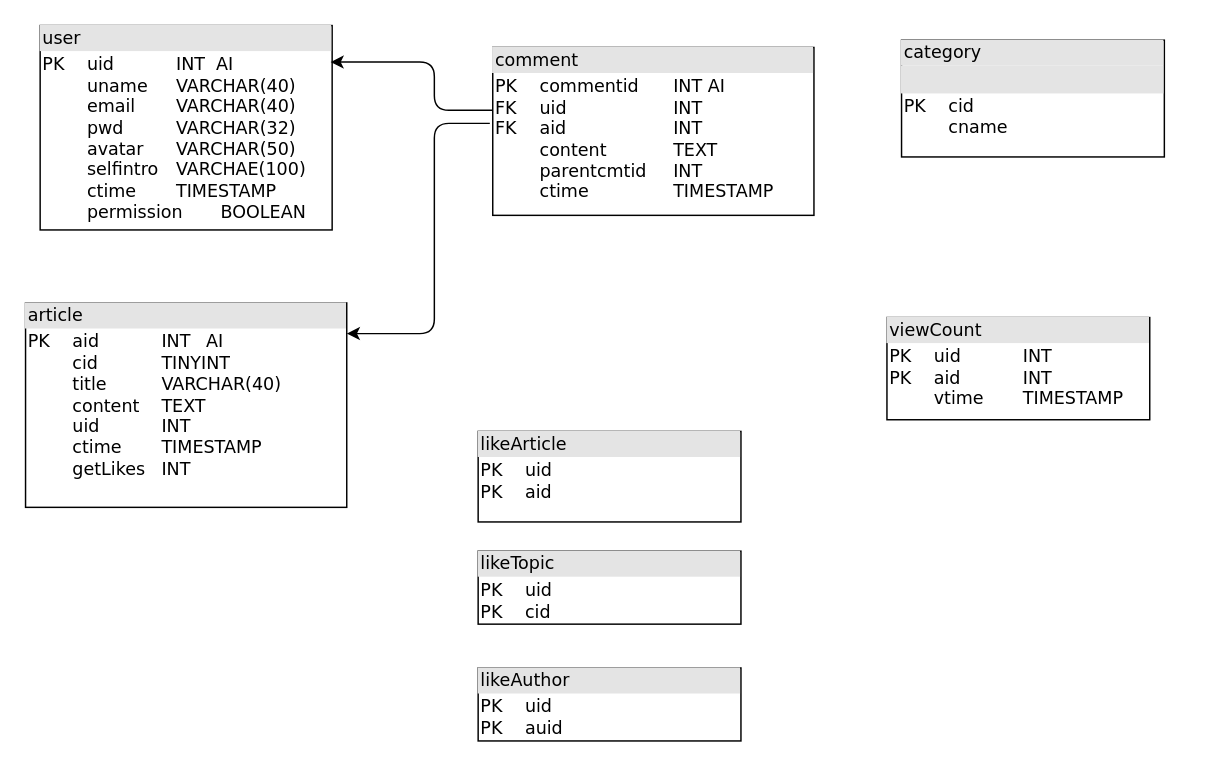
Earlier version of the draw.io diagram SA/資料庫規劃.drawio (fluyrfy/NoteBlog). Source tidied: cells renumbered, new cells numbered last; positions are measured from the earlier drawing's top-left corner, leaving out a move shared by most shapes. Both pictures are drawn from the tidied source at 146%, with x=0, y=0 at pixel (25, 25).
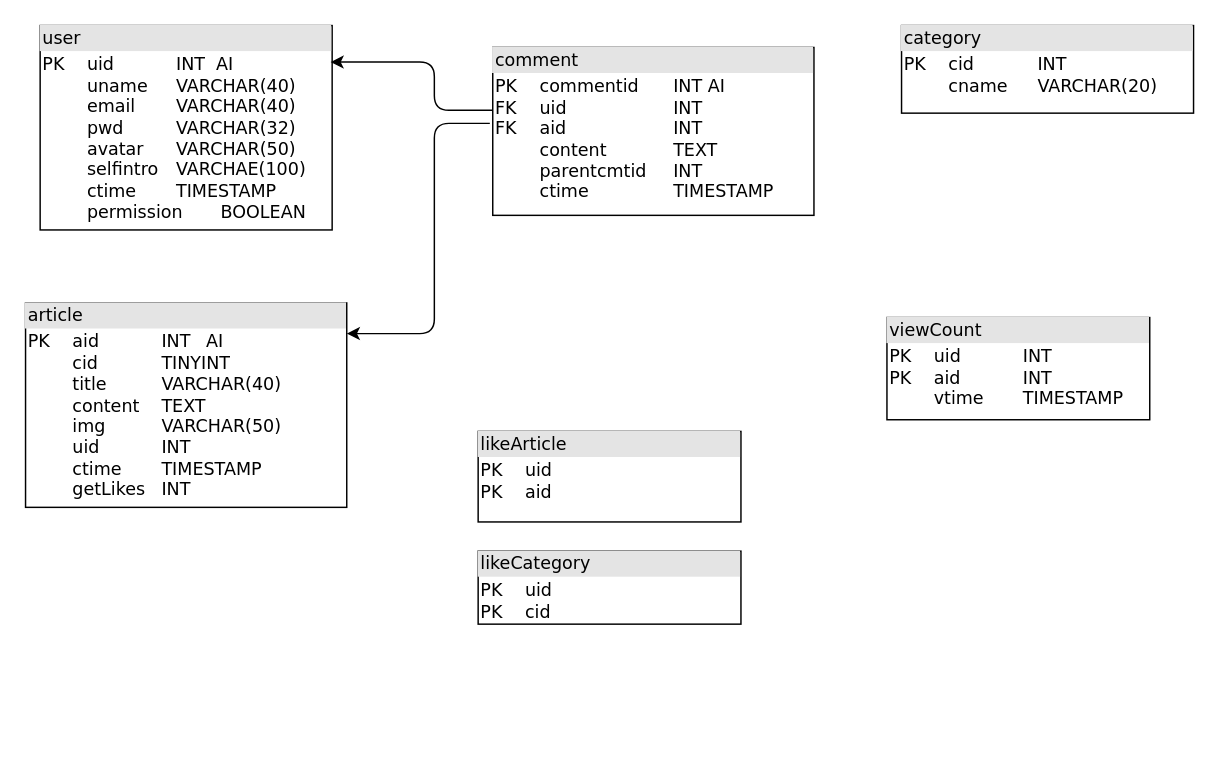
Above is the later version.

Diff of the diagram source:
```diff
@@
 <mxGraphModel>
   <root>
     <mxCell id="0" />
     <mxCell id="1" parent="0" />
-    <mxCell id="2" value="&lt;div style=&quot;box-sizing: border-box ; width: 100% ; background: #e4e4e4 ; padding: 2px&quot;&gt;article&lt;/div&gt;&lt;table style=&quot;width: 100% ; font-size: 1em&quot; cellpadding=&quot;2&quot; cellspacing=&quot;0&quot;&gt;&lt;tbody&gt;&lt;tr&gt;&lt;td&gt;PK&lt;span&gt;&#9;&lt;span style=&quot;white-space: pre&quot;&gt;&#9;&lt;/span&gt;&lt;/span&gt;aid&lt;span&gt;&#9;&lt;span style=&quot;white-space: pre&quot;&gt;&#9;&lt;/span&gt;&lt;span style=&quot;white-space: pre&quot;&gt;&#9;&lt;/span&gt;&lt;/span&gt;INT&lt;span style=&quot;white-space: pre&quot;&gt;&#9;&lt;/span&gt;AI&lt;br&gt;&lt;span&gt;&#9;&lt;/span&gt;&lt;span style=&quot;white-space: pre&quot;&gt;&#9;&lt;/span&gt;cid&lt;span style=&quot;white-space: pre&quot;&gt;&#9;&lt;/span&gt;&lt;span style=&quot;white-space: pre&quot;&gt;&#9;&lt;/span&gt;TINYINT&lt;span&gt;&lt;/span&gt;&lt;br&gt;&lt;span&gt;&#9;&lt;/span&gt;&lt;span&gt;&#9;&lt;/span&gt;&lt;span style=&quot;white-space: pre&quot;&gt;&#9;&lt;/span&gt;title&lt;span style=&quot;white-space: pre&quot;&gt;&#9;&lt;/span&gt;&lt;span style=&quot;white-space: pre&quot;&gt;&#9;&lt;/span&gt;VARCHAR(40)&lt;br&gt;&lt;span&gt;&#9;&lt;/span&gt;&lt;span&gt;&#9;&lt;/span&gt;&lt;span style=&quot;white-space: pre&quot;&gt;&#9;&lt;/span&gt;content&lt;span style=&quot;white-space: pre&quot;&gt;&#9;&lt;/span&gt;TEXT&lt;br&gt;&lt;span&gt;&#9;&lt;/span&gt;&lt;span style=&quot;white-space: pre&quot;&gt;&#9;&lt;/span&gt;uid&lt;span style=&quot;white-space: pre&quot;&gt;&#9;&lt;/span&gt;&lt;span style=&quot;white-space: pre&quot;&gt;&#9;&lt;/span&gt;INT&lt;br&gt;&lt;span&gt;&#9;&lt;/span&gt;&lt;span style=&quot;white-space: pre&quot;&gt;&#9;&lt;/span&gt;ctime&lt;span style=&quot;white-space: pre&quot;&gt;&#9;&lt;/span&gt;TIMESTAMP&lt;br&gt;&lt;span&gt;&#9;&lt;/span&gt;&lt;span&gt;&#9;&lt;/span&gt;&lt;span style=&quot;white-space: pre&quot;&gt;&#9;&lt;/span&gt;getLikes&lt;span style=&quot;white-space: pre&quot;&gt;&#9;&lt;/span&gt;INT&lt;br&gt;&lt;br&gt;&lt;/td&gt;&lt;td&gt;&lt;/td&gt;&lt;/tr&gt;&lt;/tbody&gt;&lt;/table&gt;" style="verticalAlign=top;align=left;overflow=fill;html=1;rounded=0;shadow=0;comic=0;labelBackgroundColor=none;strokeWidth=1;fontFamily=Verdana;fontSize=12;" parent="1" vertex="1">
+    <mxCell id="2" value="&lt;div style=&quot;box-sizing: border-box ; width: 100% ; background: #e4e4e4 ; padding: 2px&quot;&gt;article&lt;/div&gt;&lt;table style=&quot;width: 100% ; font-size: 1em&quot; cellpadding=&quot;2&quot; cellspacing=&quot;0&quot;&gt;&lt;tbody&gt;&lt;tr&gt;&lt;td&gt;PK&lt;span&gt;&#9;&lt;span style=&quot;white-space: pre&quot;&gt;&#9;&lt;/span&gt;&lt;/span&gt;aid&lt;span&gt;&#9;&lt;span style=&quot;white-space: pre&quot;&gt;&#9;&lt;/span&gt;&lt;span style=&quot;white-space: pre&quot;&gt;&#9;&lt;/span&gt;&lt;/span&gt;INT&lt;span style=&quot;white-space: pre&quot;&gt;&#9;&lt;/span&gt;AI&lt;br&gt;&lt;span&gt;&#9;&lt;/span&gt;&lt;span style=&quot;white-space: pre&quot;&gt;&#9;&lt;/span&gt;cid&lt;span style=&quot;white-space: pre&quot;&gt;&#9;&lt;/span&gt;&lt;span style=&quot;white-space: pre&quot;&gt;&#9;&lt;/span&gt;TINYINT&lt;span&gt;&lt;/span&gt;&lt;br&gt;&lt;span&gt;&#9;&lt;/span&gt;&lt;span&gt;&#9;&lt;/span&gt;&lt;span style=&quot;white-space: pre&quot;&gt;&#9;&lt;/span&gt;title&lt;span style=&quot;white-space: pre&quot;&gt;&#9;&lt;/span&gt;&lt;span style=&quot;white-space: pre&quot;&gt;&#9;&lt;/span&gt;VARCHAR(40)&lt;br&gt;&lt;span&gt;&#9;&lt;/span&gt;&lt;span&gt;&#9;&lt;/span&gt;&lt;span style=&quot;white-space: pre&quot;&gt;&#9;&lt;/span&gt;content&lt;span style=&quot;white-space: pre&quot;&gt;&#9;&lt;/span&gt;TEXT&lt;br&gt;&lt;span style=&quot;white-space: pre&quot;&gt;&#9;&lt;/span&gt;img&lt;span style=&quot;white-space: pre&quot;&gt;&#9;&lt;/span&gt;&lt;span style=&quot;white-space: pre&quot;&gt;&#9;&lt;/span&gt;VARCHAR(50)&lt;br&gt;&lt;span&gt;&#9;&lt;/span&gt;&lt;span style=&quot;white-space: pre&quot;&gt;&#9;&lt;/span&gt;uid&lt;span style=&quot;white-space: pre&quot;&gt;&#9;&lt;/span&gt;&lt;span style=&quot;white-space: pre&quot;&gt;&#9;&lt;/span&gt;INT&lt;br&gt;&lt;span&gt;&#9;&lt;/span&gt;&lt;span style=&quot;white-space: pre&quot;&gt;&#9;&lt;/span&gt;ctime&lt;span style=&quot;white-space: pre&quot;&gt;&#9;&lt;/span&gt;TIMESTAMP&lt;br&gt;&lt;span&gt;&#9;&lt;/span&gt;&lt;span&gt;&#9;&lt;/span&gt;&lt;span style=&quot;white-space: pre&quot;&gt;&#9;&lt;/span&gt;getLikes&lt;span style=&quot;white-space: pre&quot;&gt;&#9;&lt;/span&gt;INT&lt;br&gt;&lt;/td&gt;&lt;td&gt;&lt;/td&gt;&lt;/tr&gt;&lt;/tbody&gt;&lt;/table&gt;" style="verticalAlign=top;align=left;overflow=fill;html=1;rounded=0;shadow=0;comic=0;labelBackgroundColor=none;strokeWidth=1;fontFamily=Verdana;fontSize=12;" parent="1" vertex="1">
       <mxGeometry y="190" width="220" height="140" as="geometry" />
     </mxCell>
     <mxCell id="3" value="&lt;div style=&quot;box-sizing: border-box ; width: 100% ; background: #e4e4e4 ; padding: 2px&quot;&gt;user&lt;/div&gt;&lt;table style=&quot;width: 100% ; font-size: 1em&quot; cellpadding=&quot;2&quot; cellspacing=&quot;0&quot;&gt;&lt;tbody&gt;&lt;tr&gt;&lt;td&gt;PK&lt;span style=&quot;white-space: pre&quot;&gt;&#9;&lt;/span&gt;uid&lt;span style=&quot;white-space: pre&quot;&gt;&#9;&lt;span style=&quot;white-space: pre&quot;&gt;&#9;&lt;/span&gt;&lt;/span&gt;INT&amp;nbsp; AI&lt;span style=&quot;white-space: pre&quot;&gt;&#9;&lt;/span&gt;&lt;br&gt;&lt;span style=&quot;white-space: pre&quot;&gt;&#9;&lt;/span&gt;uname&lt;span style=&quot;white-space: pre&quot;&gt;&#9;&lt;/span&gt;VARCHAR(40)&lt;br&gt;&lt;span style=&quot;white-space: pre&quot;&gt;&#9;&lt;/span&gt;email&lt;span style=&quot;white-space: pre&quot;&gt;&#9;&lt;/span&gt;VARCHAR(40)&lt;br&gt;&lt;span style=&quot;white-space: pre&quot;&gt;&#9;&lt;/span&gt;pwd&lt;span style=&quot;white-space: pre&quot;&gt;&#9;&lt;/span&gt;&lt;span style=&quot;white-space: pre&quot;&gt;&#9;&lt;/span&gt;VARCHAR(32)&lt;br&gt;&lt;span style=&quot;white-space: pre&quot;&gt;&#9;&lt;/span&gt;avatar&lt;span style=&quot;white-space: pre&quot;&gt;&#9;&lt;/span&gt;VARCHAR(50)&lt;br&gt;&lt;span style=&quot;white-space: pre&quot;&gt;&#9;&lt;/span&gt;selfintro&lt;span style=&quot;white-space: pre&quot;&gt;&#9;&lt;/span&gt;VARCHAE(100)&lt;br&gt;&lt;span style=&quot;white-space: pre&quot;&gt;&#9;&lt;/span&gt;ctime&lt;span style=&quot;white-space: pre&quot;&gt;&#9;&lt;/span&gt;TIMESTAMP&lt;br&gt;&lt;span style=&quot;white-space: pre&quot;&gt;&#9;&lt;/span&gt;permission&lt;span style=&quot;white-space: pre&quot;&gt;&#9;&lt;/span&gt;BOOLEAN&lt;br&gt;&lt;/td&gt;&lt;td&gt;&lt;/td&gt;&lt;/tr&gt;&lt;/tbody&gt;&lt;/table&gt;" style="verticalAlign=top;align=left;overflow=fill;html=1;rounded=0;shadow=0;comic=0;labelBackgroundColor=none;strokeWidth=1;fontFamily=Verdana;fontSize=12;" parent="1" vertex="1">
       <mxGeometry x="10" width="200" height="140" as="geometry" />
     </mxCell>
     <mxCell id="4" value="&lt;div style=&quot;box-sizing: border-box ; width: 100% ; background: #e4e4e4 ; padding: 2px&quot;&gt;comment&lt;/div&gt;&lt;table style=&quot;width: 100% ; font-size: 1em&quot; cellpadding=&quot;2&quot; cellspacing=&quot;0&quot;&gt;&lt;tbody&gt;&lt;tr&gt;&lt;td&gt;PK&lt;span style=&quot;white-space: pre&quot;&gt;&#9;&lt;/span&gt;commentid&lt;span style=&quot;white-space: pre&quot;&gt;&#9;&lt;/span&gt;INT AI&lt;br&gt;FK&lt;span style=&quot;white-space: pre&quot;&gt;&#9;&lt;/span&gt;uid&lt;span style=&quot;white-space: pre&quot;&gt;&#9;&lt;/span&gt;&lt;span style=&quot;white-space: pre&quot;&gt;&#9;&lt;/span&gt;&lt;span style=&quot;white-space: pre&quot;&gt;&#9;&lt;/span&gt;INT&lt;br&gt;FK&lt;span style=&quot;white-space: pre&quot;&gt;&#9;&lt;/span&gt;aid&lt;span style=&quot;white-space: pre&quot;&gt;&#9;&lt;/span&gt;&lt;span style=&quot;white-space: pre&quot;&gt;&#9;&lt;/span&gt;&lt;span style=&quot;white-space: pre&quot;&gt;&#9;&lt;/span&gt;INT&lt;br&gt;&lt;span style=&quot;white-space: pre&quot;&gt;&#9;&lt;/span&gt;content&lt;span style=&quot;white-space: pre&quot;&gt;&#9;&lt;/span&gt;&lt;span style=&quot;white-space: pre&quot;&gt;&#9;&lt;/span&gt;TEXT&lt;br&gt;&lt;span style=&quot;white-space: pre&quot;&gt;&#9;&lt;/span&gt;parentcmtid&lt;span style=&quot;white-space: pre&quot;&gt;&#9;&lt;/span&gt;INT&lt;br&gt;&lt;span style=&quot;white-space: pre&quot;&gt;&#9;&lt;/span&gt;ctime&lt;span style=&quot;white-space: pre&quot;&gt;&#9;&lt;/span&gt;&lt;span style=&quot;white-space: pre&quot;&gt;&#9;&lt;/span&gt;TIMESTAMP&lt;br&gt;&lt;/td&gt;&lt;td&gt;&lt;/td&gt;&lt;/tr&gt;&lt;/tbody&gt;&lt;/table&gt;" style="verticalAlign=top;align=left;overflow=fill;html=1;rounded=0;shadow=0;comic=0;labelBackgroundColor=none;strokeWidth=1;fontFamily=Verdana;fontSize=12;" parent="1" vertex="1">
       <mxGeometry x="320" y="15" width="220" height="115" as="geometry" />
     </mxCell>
     <mxCell id="5" style="endArrow=classic;html=1;entryX=0.994;entryY=0.157;entryDx=0;entryDy=0;entryPerimeter=0;exitX=0;exitY=0.5;exitDx=0;exitDy=0;" parent="1" edge="1">
       <mxGeometry relative="1" as="geometry">
         <mxPoint x="320" y="58" as="sourcePoint" />
         <mxPoint x="208.9" y="25" as="targetPoint" />
         <Array as="points">
           <mxPoint x="280" y="58" />
           <mxPoint x="280" y="25" />
         </Array>
       </mxGeometry>
     </mxCell>
     <mxCell id="6" style="endArrow=classic;html=1;" parent="1" edge="1">
       <mxGeometry relative="1" as="geometry">
         <mxPoint x="318" y="67" as="sourcePoint" />
         <mxPoint x="220" y="211" as="targetPoint" />
         <Array as="points">
           <mxPoint x="280" y="67" />
           <mxPoint x="280" y="211" />
         </Array>
       </mxGeometry>
     </mxCell>
     <mxCell id="7" value="&lt;div style=&quot;box-sizing: border-box ; width: 100% ; background: #e4e4e4 ; padding: 2px&quot;&gt;likeArticle&lt;/div&gt;&lt;table style=&quot;width: 100% ; font-size: 1em&quot; cellpadding=&quot;2&quot; cellspacing=&quot;0&quot;&gt;&lt;tbody&gt;&lt;tr&gt;&lt;td&gt;PK&lt;span style=&quot;white-space: pre&quot;&gt;&#9;&lt;/span&gt;uid&lt;br&gt;PK&lt;span style=&quot;white-space: pre&quot;&gt;&#9;&lt;/span&gt;aid&lt;br&gt;&lt;/td&gt;&lt;td&gt;&lt;/td&gt;&lt;/tr&gt;&lt;/tbody&gt;&lt;/table&gt;" style="verticalAlign=top;align=left;overflow=fill;html=1;rounded=0;shadow=0;comic=0;labelBackgroundColor=none;strokeWidth=1;fontFamily=Verdana;fontSize=12;" parent="1" vertex="1">
       <mxGeometry x="310" y="278" width="180" height="62" as="geometry" />
     </mxCell>
-    <mxCell id="8" value="&lt;div style=&quot;box-sizing: border-box ; width: 100% ; background: #e4e4e4 ; padding: 2px&quot;&gt;category&lt;/div&gt;&lt;div style=&quot;box-sizing: border-box ; width: 100% ; background: #e4e4e4 ; padding: 2px&quot;&gt;&lt;br&gt;&lt;/div&gt;&lt;table style=&quot;width: 100% ; font-size: 1em&quot; cellpadding=&quot;2&quot; cellspacing=&quot;0&quot;&gt;&lt;tbody&gt;&lt;tr&gt;&lt;td&gt;PK&lt;span style=&quot;white-space: pre&quot;&gt;&#9;&lt;/span&gt;cid&lt;br&gt;&lt;span style=&quot;white-space: pre&quot;&gt;&#9;&lt;/span&gt;cname&lt;br&gt;&lt;br&gt;&lt;/td&gt;&lt;td&gt;&lt;/td&gt;&lt;/tr&gt;&lt;/tbody&gt;&lt;/table&gt;" style="verticalAlign=top;align=left;overflow=fill;html=1;rounded=0;shadow=0;comic=0;labelBackgroundColor=none;strokeWidth=1;fontFamily=Verdana;fontSize=12;" parent="1" vertex="1">
-      <mxGeometry x="600" y="10" width="180" height="80" as="geometry" />
+    <mxCell id="8" value="&lt;div style=&quot;box-sizing: border-box ; width: 100% ; background: #e4e4e4 ; padding: 2px&quot;&gt;category&lt;/div&gt;&lt;table style=&quot;width: 100% ; font-size: 1em&quot; cellpadding=&quot;2&quot; cellspacing=&quot;0&quot;&gt;&lt;tbody&gt;&lt;tr&gt;&lt;td&gt;PK&lt;span style=&quot;white-space: pre&quot;&gt;&#9;&lt;/span&gt;cid&lt;span style=&quot;white-space: pre&quot;&gt;&#9;&lt;/span&gt;&lt;span style=&quot;white-space: pre&quot;&gt;&#9;&lt;/span&gt;INT&lt;br&gt;&lt;span style=&quot;white-space: pre&quot;&gt;&#9;&lt;/span&gt;cname&lt;span style=&quot;white-space: pre&quot;&gt;&#9;&lt;/span&gt;VARCHAR(20)&lt;br&gt;&lt;br&gt;&lt;/td&gt;&lt;td&gt;&lt;/td&gt;&lt;/tr&gt;&lt;/tbody&gt;&lt;/table&gt;" style="verticalAlign=top;align=left;overflow=fill;html=1;rounded=0;shadow=0;comic=0;labelBackgroundColor=none;strokeWidth=1;fontFamily=Verdana;fontSize=12;" parent="1" vertex="1">
+      <mxGeometry x="600" width="200" height="60" as="geometry" />
     </mxCell>
     <mxCell id="9" value="&lt;div style=&quot;box-sizing: border-box ; width: 100% ; background: #e4e4e4 ; padding: 2px&quot;&gt;viewCount&lt;/div&gt;&lt;table style=&quot;width: 100% ; font-size: 1em&quot; cellpadding=&quot;2&quot; cellspacing=&quot;0&quot;&gt;&lt;tbody&gt;&lt;tr&gt;&lt;td&gt;PK&lt;span style=&quot;white-space: pre&quot;&gt;&#9;&lt;/span&gt;uid&lt;span style=&quot;white-space: pre&quot;&gt;&#9;&lt;/span&gt;&lt;span style=&quot;white-space: pre&quot;&gt;&#9;&lt;/span&gt;INT&lt;br&gt;PK&lt;span style=&quot;white-space: pre&quot;&gt;&#9;&lt;/span&gt;aid&lt;span style=&quot;white-space: pre&quot;&gt;&#9;&lt;/span&gt;&lt;span style=&quot;white-space: pre&quot;&gt;&#9;&lt;/span&gt;INT&lt;br&gt;&lt;span style=&quot;white-space: pre&quot;&gt;&#9;&lt;/span&gt;vtime&lt;span style=&quot;white-space: pre&quot;&gt;&#9;&lt;/span&gt;TIMESTAMP&lt;br&gt;&lt;/td&gt;&lt;td&gt;&lt;/td&gt;&lt;/tr&gt;&lt;/tbody&gt;&lt;/table&gt;" style="verticalAlign=top;align=left;overflow=fill;html=1;rounded=0;shadow=0;comic=0;labelBackgroundColor=none;strokeWidth=1;fontFamily=Verdana;fontSize=12;" parent="1" vertex="1">
       <mxGeometry x="590" y="200" width="180" height="70" as="geometry" />
     </mxCell>
-    <mxCell id="10" value="&lt;div style=&quot;box-sizing: border-box ; width: 100% ; background: #e4e4e4 ; padding: 2px&quot;&gt;likeTopic&lt;/div&gt;&lt;table style=&quot;width: 100% ; font-size: 1em&quot; cellpadding=&quot;2&quot; cellspacing=&quot;0&quot;&gt;&lt;tbody&gt;&lt;tr&gt;&lt;td&gt;PK&lt;span style=&quot;white-space: pre&quot;&gt;&#9;&lt;/span&gt;uid&lt;br&gt;PK&lt;span style=&quot;white-space: pre&quot;&gt;&#9;&lt;/span&gt;cid&lt;br&gt;&lt;/td&gt;&lt;td&gt;&lt;/td&gt;&lt;/tr&gt;&lt;/tbody&gt;&lt;/table&gt;" style="verticalAlign=top;align=left;overflow=fill;html=1;rounded=0;shadow=0;comic=0;labelBackgroundColor=none;strokeWidth=1;fontFamily=Verdana;fontSize=12;" parent="1" vertex="1">
+    <mxCell id="10" value="&lt;div style=&quot;box-sizing: border-box ; width: 100% ; background: #e4e4e4 ; padding: 2px&quot;&gt;likeCategory&lt;/div&gt;&lt;table style=&quot;width: 100% ; font-size: 1em&quot; cellpadding=&quot;2&quot; cellspacing=&quot;0&quot;&gt;&lt;tbody&gt;&lt;tr&gt;&lt;td&gt;PK&lt;span style=&quot;white-space: pre&quot;&gt;&#9;&lt;/span&gt;uid&lt;br&gt;PK&lt;span style=&quot;white-space: pre&quot;&gt;&#9;&lt;/span&gt;cid&lt;br&gt;&lt;/td&gt;&lt;td&gt;&lt;/td&gt;&lt;/tr&gt;&lt;/tbody&gt;&lt;/table&gt;" style="verticalAlign=top;align=left;overflow=fill;html=1;rounded=0;shadow=0;comic=0;labelBackgroundColor=none;strokeWidth=1;fontFamily=Verdana;fontSize=12;" parent="1" vertex="1">
       <mxGeometry x="310" y="360" width="180" height="50" as="geometry" />
     </mxCell>
-    <mxCell id="11" value="&lt;div style=&quot;box-sizing: border-box ; width: 100% ; background: #e4e4e4 ; padding: 2px&quot;&gt;likeAuthor&lt;/div&gt;&lt;table style=&quot;width: 100% ; font-size: 1em&quot; cellpadding=&quot;2&quot; cellspacing=&quot;0&quot;&gt;&lt;tbody&gt;&lt;tr&gt;&lt;td&gt;PK&lt;span style=&quot;white-space: pre&quot;&gt;&#9;&lt;/span&gt;uid&lt;br&gt;PK&lt;span style=&quot;white-space: pre&quot;&gt;&#9;&lt;/span&gt;auid&lt;br&gt;&lt;/td&gt;&lt;td&gt;&lt;/td&gt;&lt;/tr&gt;&lt;/tbody&gt;&lt;/table&gt;" style="verticalAlign=top;align=left;overflow=fill;html=1;rounded=0;shadow=0;comic=0;labelBackgroundColor=none;strokeWidth=1;fontFamily=Verdana;fontSize=12;" parent="1" vertex="1">
-      <mxGeometry x="310" y="440" width="180" height="50" as="geometry" />
-    </mxCell>
   </root>
 </mxGraphModel>
```
